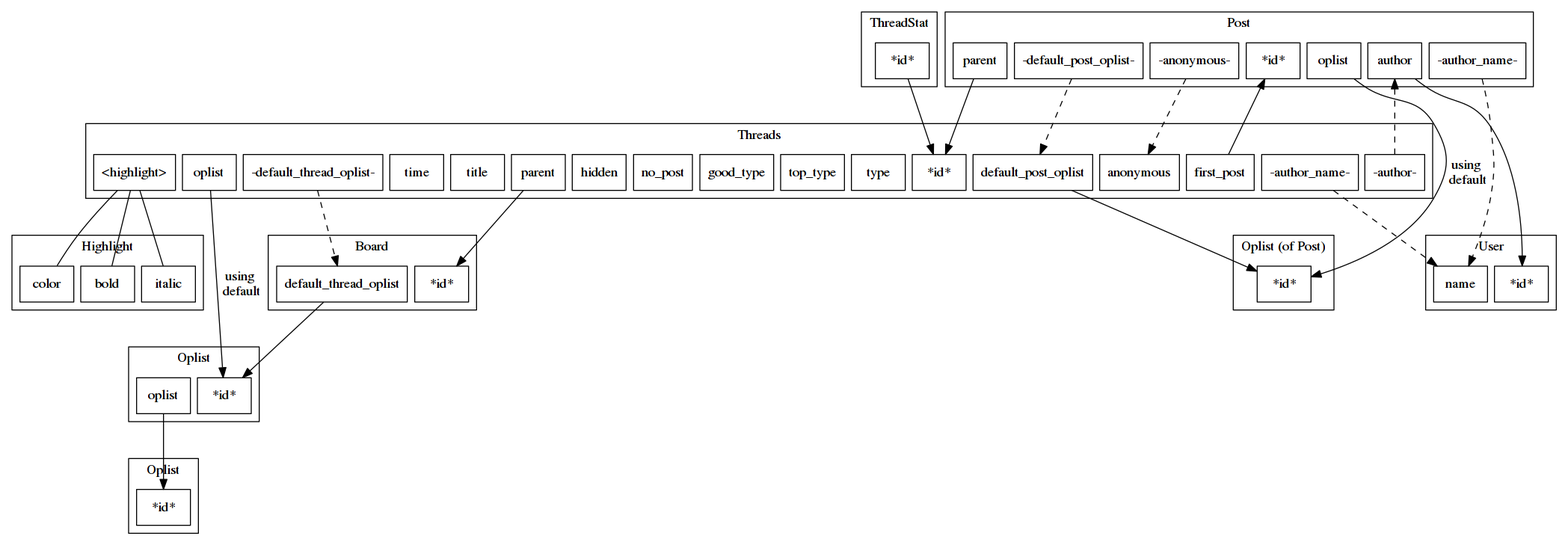
This is pages/graph/erd/threads.png from cc98-frontend-development/API, a Graphviz export, as it was before one commit. Its source is kept beside it as pages/graph/erd/threads.dot.
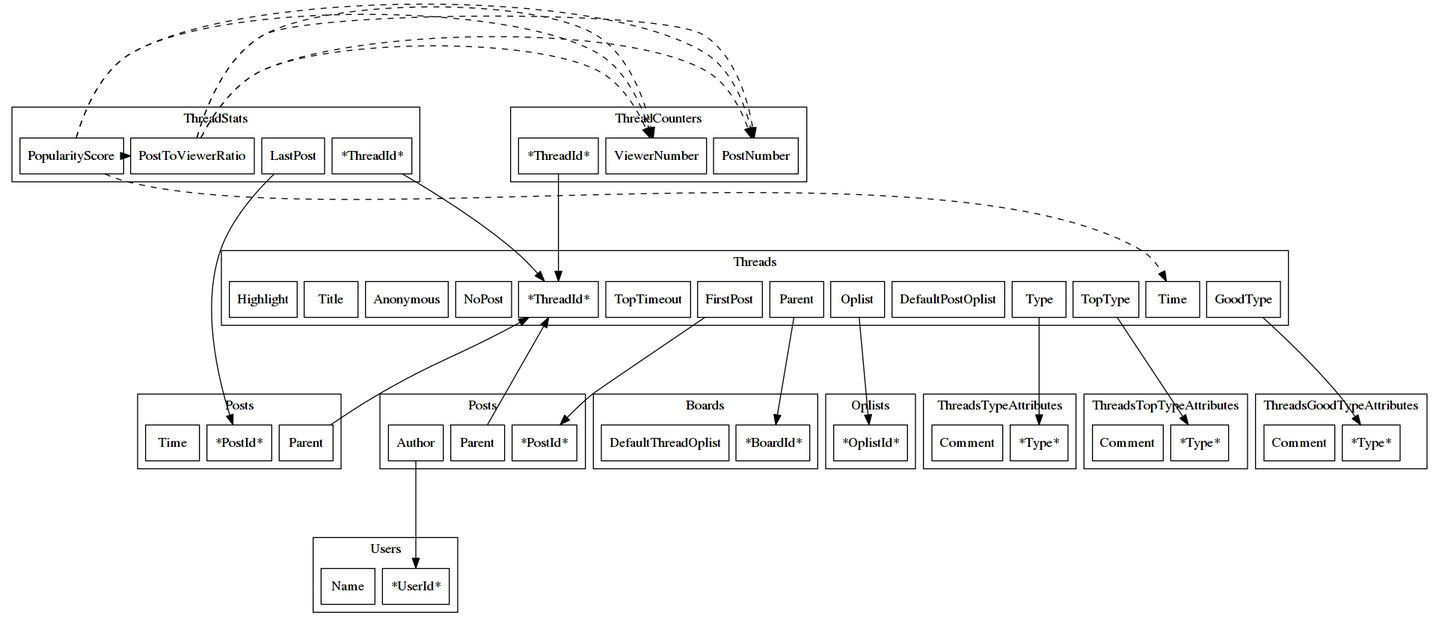
After the commit.

What changed in the source:
```diff
@@ -1,103 +1,108 @@
 strict digraph g {
 	node [ shape = box ];
 	nodesep = 0.1;
-	ranksep = 1;
+	ranksep = 1.5;
+
+	subgraph cluster_ts{
+		label = "ThreadStats";
+		node_a_ts_thread_id           [label = "*ThreadId*"];
+		node_a_ts_last_post           [label = "LastPost"];
+		node_a_ts_post_to_viewerRatio [label = "PostToViewerRatio"];
+		node_a_ts_popularity_score    [label = "PopularityScore"];
+	}
+	node_a_ts_thread_id -> node_a_thread_thread_id;
+	node_a_ts_last_post -> node_a_post_last_post_id;
+	node_a_ts_post_to_viewerRatio -> node_a_tc_post_number [ style = dashed, constraint = false ];
+	node_a_ts_post_to_viewerRatio -> node_a_tc_viewer_number [ style = dashed, constraint = false ];
+
+	node_a_ts_popularity_score -> node_a_tc_viewer_number [ style = dashed, constraint = false ];
+	node_a_ts_popularity_score -> node_a_tc_post_number [ style = dashed, constraint = false ];
+	node_a_ts_popularity_score -> node_a_ts_post_to_viewerRatio [ style = dashed, constraint = false ];
+	node_a_ts_popularity_score -> node_a_thread_time [ style = dashed, constraint = false ];
+
+	subgraph cluster_post_last{
+		label = "Posts";
+		node_a_post_last_post_id     [label = "*PostId*"];
+		node_a_post_last_post_parent [label = "Parent"];
+		node_a_post_last_post_time   [label = "Time"];
+	}
+	node_a_thread_thread_id -> node_a_post_last_post_parent [ dir = back ];
+
+	subgraph cluster_tc{
+		label = "ThreadCounters";
+		node_a_tc_thread_id           [label = "*ThreadId*"];
+		node_a_tc_post_number         [label = "PostNumber"];
+		node_a_tc_viewer_number       [label = "ViewerNumber"];
+	}
+	node_a_tc_thread_id -> node_a_thread_thread_id;
+
+	subgraph cluster_tta{
+		label = "ThreadsTypeAttributes";
+		node_a_tta_type    [label = "*Type*"];
+		node_a_tta_comment [label = "Comment"];
+	};
+
+	subgraph cluster_ttta{
+		label = "ThreadsTopTypeAttributes";
+		node_a_ttta_type    [label = "*Type*"];
+		node_a_ttta_comment [label = "Comment"];
+	};
+
+	subgraph cluster_gta{
+		label = "ThreadsGoodTypeAttributes";
+		node_a_gta_type    [label = "*Type*"];
+		node_a_gta_comment [label = "Comment"];
+	};
 
 	subgraph cluster_thread {
 		label = "Threads";
-		node_a_thread_id                    [ label = "*id*" ];
-		node_a_thread_parent                [ label = "parent" ];
-		node_a_thread_oplist                [ label = "oplist" ];
-		node_a_thread_default_thread_oplist [ label = "-default_thread_oplist-" ];
-		node_a_thread_default_post_oplist   [ label = "default_post_oplist" ];
-		node_a_thread_first_post            [ label = "first_post" ];
-		node_a_thread_type                  [ label = "type" ];
-		node_a_thread_top_type              [ label = "top_type" ];
-		node_a_thread_good_type             [ label = "good_type" ];
-		node_a_thread_no_post               [ label = "no_post" ];
-		node_a_thread_hidden                [ label = "hidden" ];
-		node_a_thread_anonymous             [ label = "anonymous" ];
-		node_a_thread_title                 [ label = "title" ];
-		node_a_thread_time                  [ label = "time" ];
-		node_a_thread_highlight             [ label = "<highlight>" ];
-		node_a_thread_author                [ label = "-author-" ];
-		node_a_thread_author_name           [ label = "-author_name-" ];
+		node_a_thread_thread_id             [ label = "*ThreadId*" ];
+		node_a_thread_parent                [ label = "Parent" ];
+		node_a_thread_oplist                [ label = "Oplist" ];
+		node_a_thread_default_post_oplist   [ label = "DefaultPostOplist" ];
+		node_a_thread_first_post            [ label = "FirstPost" ];
+		node_a_thread_type                  [ label = "Type" ];
+		node_a_thread_top_type              [ label = "TopType" ];
+		node_a_thread_top_timeout           [ label = "TopTimeout" ];
+		node_a_thread_good_type             [ label = "GoodType" ];
+		node_a_thread_no_post               [ label = "NoPost" ];
+		node_a_thread_anonymous             [ label = "Anonymous" ];
+		node_a_thread_title                 [ label = "Title" ];
+		node_a_thread_time                  [ label = "Time" ];
+		node_a_thread_highlight             [ label = "Highlight" ];
+	}
+	node_a_thread_parent -> node_a_board_board_id;
+	node_a_thread_oplist -> node_a_oplist_oplist_id;
+	node_a_thread_first_post -> node_a_post_first_post_id;
+	node_a_thread_type -> node_a_tta_type;
+	node_a_thread_top_type -> node_a_ttta_type;
+	node_a_thread_good_type -> node_a_gta_type;
+
+	subgraph cluster_post_first{
+		label = "Posts";
+		node_a_post_first_post_id     [label = "*PostId*"];
+		node_a_post_first_post_parent [label = "Parent"];
+		node_a_post_first_post_author [label = "Author"];
 	}
 
-	subgraph cluster_thread_stat {
-		label = "ThreadStat";
-		node_a_thread_stat_id [ label = "*id*" ];
-	}
-
-	subgraph cluster_highlight {
-		label = "Highlight"
-		node_a_highlight_color  [ label = "color" ];
-		node_a_highlight_bold   [ label = "bold" ];
-		node_a_highlight_italic [ label = "italic" ];
-	}
+	node_a_thread_thread_id -> node_a_post_first_post_parent [ dir = back ];
+	node_a_post_first_post_author -> node_a_user_user_id;
 
 	subgraph cluster_board {
-		label = "Board";
-		node_a_board_id [ label = "*id*" ];
-		node_a_board_default_thread_oplist [ label = "default_thread_oplist" ];
-	}
-
-	subgraph cluster_post {
-		label = "Post";
-		node_a_post_id                  [ label = "*id*" ];
-		node_a_post_parent              [ label = "parent" ];
-		node_a_post_oplist              [ label = "oplist" ];
-		node_a_post_default_post_oplist [ label = "-default_post_oplist-" ];
-		node_a_post_anonymous           [ label = "-anonymous-" ];
-		node_a_post_author              [ label = "author" ];
-		node_a_post_author_name         [ label = "-author_name-" ];
+		label = "Boards";
+		node_a_board_board_id [ label = "*BoardId*" ];
+		node_a_board_default_thread_oplist [ label = "DefaultThreadOplist" ];
 	}
 
 	subgraph cluster_oplist {
-		label = "Oplist";
-		node_a_oplist_id     [ label = "*id*" ];
-		node_a_oplist_oplist [ label = "oplist" ];
-	}
-
-	subgraph cluster_oplist_2 {
-		label = "Oplist";
-		node_a_oplist_id_2 [ label = "*id*" ];
-	}
-
-	subgraph cluster_oplist_3 {
-		label = "Oplist (of Post)";
-		node_a_oplist_id_3 [ label = "*id*" ];
+		label = "Oplists";
+		node_a_oplist_oplist_id     [ label = "*OplistId*" ];
 	}
 
 	subgraph cluster_user {
-		label = "User";
-		node_a_user_id   [ label = "*id*" ];
-		node_a_user_name [ label = "name" ];
+		label = "Users";
+		node_a_user_user_id [ label = "*UserId*" ];
+		node_a_user_name    [ label = "Name" ];
 	}
 
-	node_a_thread_first_post -> node_a_post_id;
-	node_a_thread_parent -> node_a_board_id;
-	node_a_thread_oplist -> node_a_oplist_id [ label = "using\n default" ];
-	node_a_thread_default_thread_oplist -> node_a_board_default_thread_oplist [ style = dashed ];
-	node_a_thread_default_post_oplist -> node_a_oplist_id_3;
-	node_a_thread_author -> node_a_post_author [ style = dashed ];
-	node_a_thread_author_name -> node_a_user_name [ style = dashed ];
-
-	node_a_thread_highlight -> node_a_highlight_color  [ arrowhead = none ];
-	node_a_thread_highlight -> node_a_highlight_bold   [ arrowhead = none ];
-	node_a_thread_highlight -> node_a_highlight_italic [ arrowhead = none ];
-
-	node_a_post_parent -> node_a_thread_id;
-	node_a_post_anonymous -> node_a_thread_anonymous [style = dashed ];
-	node_a_post_oplist -> node_a_oplist_id_3 [ label = "using\n default" ];
-	node_a_post_default_post_oplist -> node_a_thread_default_post_oplist [ style = dashed ];
-
-	node_a_oplist_oplist -> node_a_oplist_id_2;
-
-	node_a_post_author -> node_a_user_id;
-	node_a_post_author_name -> node_a_user_name     [ style = dashed ];
-
-	node_a_board_default_thread_oplist -> node_a_oplist_id;
-
-	node_a_thread_stat_id -> node_a_thread_id;
 }
```
